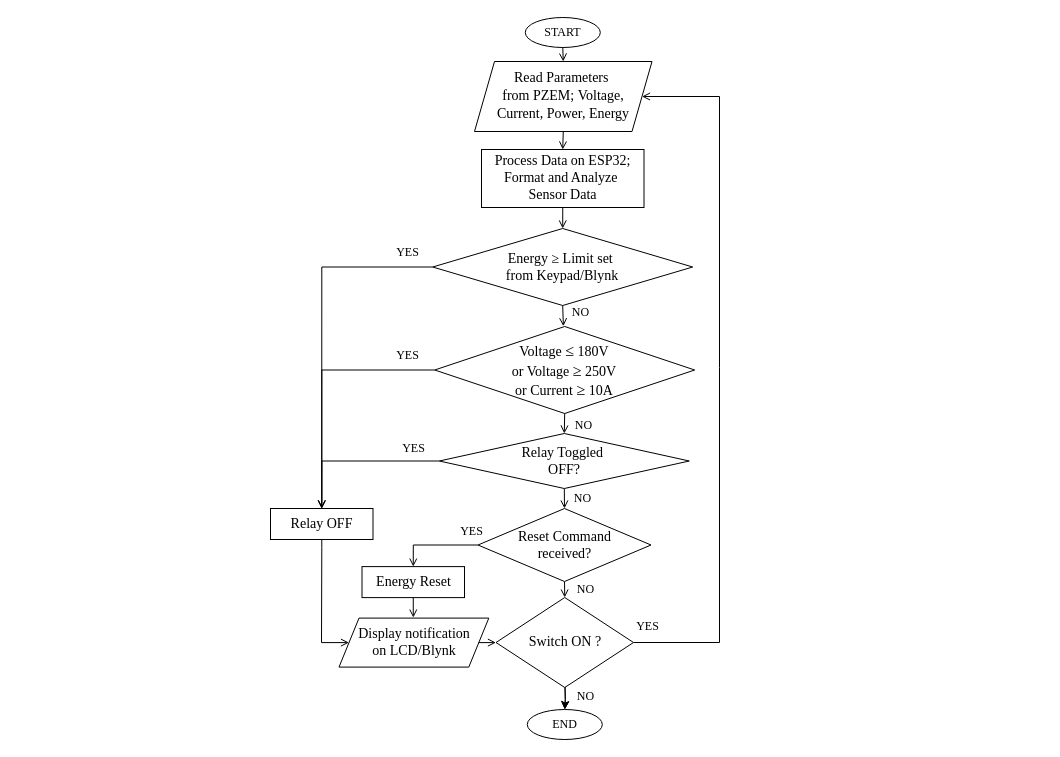
Adeolu-Aremu/AIoT-Energy-Meter keeps this draw.io diagram as Control Flowchart.drawio. Above is the earlier version. Source tidied: cells renumbered, new cells numbered last; positions are measured from the earlier drawing's top-left corner, leaving out a move shared by most shapes. Both pictures are drawn from the tidied source at 100%, with x=0, y=0 at pixel (270, 17).
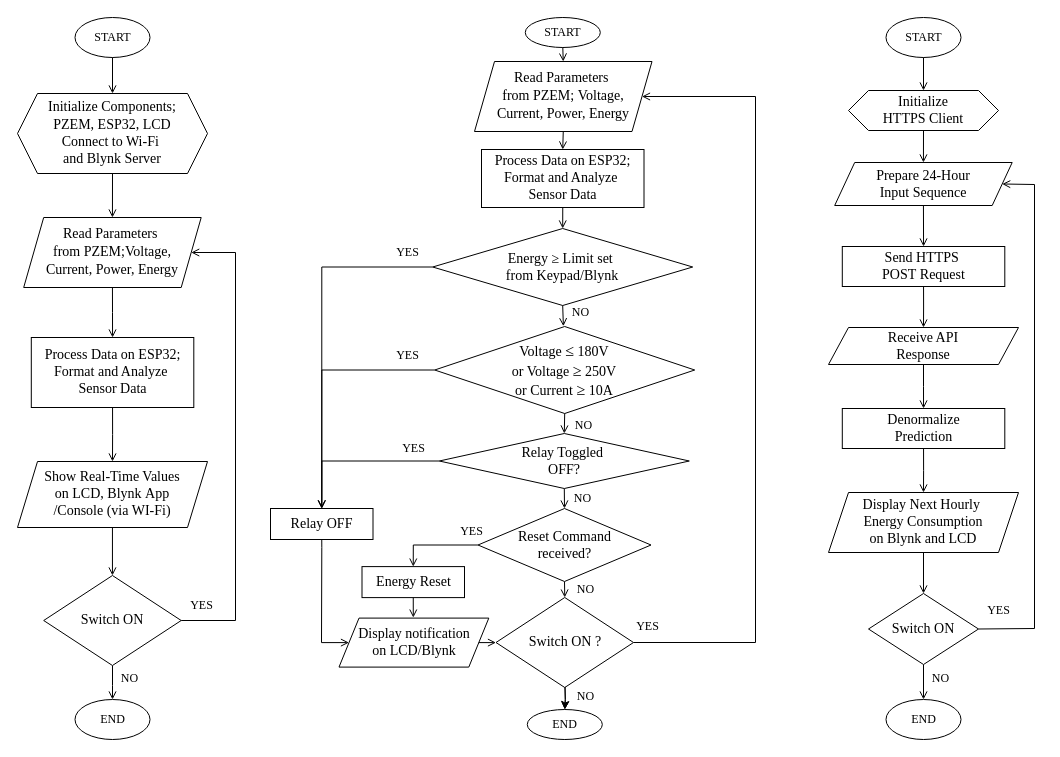
After the change.

The change refers to these unchanged cells:
```xml
<mxCell id="3" value="&lt;div style=&quot;text-wrap-mode: nowrap;&quot;&gt;&lt;font style=&quot;font-size: 14px;&quot; face=&quot;Times New Roman&quot;&gt;Read Parameters&amp;nbsp;&lt;/font&gt;&lt;/div&gt;&lt;div style=&quot;text-wrap-mode: nowrap;&quot;&gt;&lt;font style=&quot;font-size: 14px;&quot;&gt;&lt;font face=&quot;Times New Roman&quot;&gt;from PZEM;&amp;nbsp;&lt;/font&gt;&lt;span style=&quot;font-family: &amp;quot;Times New Roman&amp;quot;; background-color: transparent; color: light-dark(rgb(0, 0, 0), rgb(255, 255, 255));&quot;&gt;Voltage,&lt;/span&gt;&lt;/font&gt;&lt;/div&gt;&lt;div style=&quot;text-wrap-mode: nowrap;&quot;&gt;&lt;font style=&quot;font-size: 14px;&quot;&gt;&lt;span style=&quot;font-family: &amp;quot;Times New Roman&amp;quot;; background-color: transparent; color: light-dark(rgb(0, 0, 0), rgb(255, 255, 255));&quot;&gt;Current,&amp;nbsp;&lt;/span&gt;&lt;span style=&quot;font-family: &amp;quot;Times New Roman&amp;quot;; background-color: transparent; color: light-dark(rgb(0, 0, 0), rgb(255, 255, 255));&quot;&gt;Power,&amp;nbsp;&lt;/span&gt;&lt;span style=&quot;font-family: &amp;quot;Times New Roman&amp;quot;; background-color: transparent; color: light-dark(rgb(0, 0, 0), rgb(255, 255, 255));&quot;&gt;Energy&lt;/span&gt;&lt;/font&gt;&lt;/div&gt;" style="shape=parallelogram;perimeter=parallelogramPerimeter;whiteSpace=wrap;html=1;fixedSize=1;" parent="1" vertex="1">
  <mxGeometry x="204" y="44" width="177.5" height="70" as="geometry" />
</mxCell>
<mxCell id="9" value="&lt;font style=&quot;font-size: 14px;&quot; face=&quot;Times New Roman&quot;&gt;Switch ON ?&lt;/font&gt;" style="strokeWidth=1;html=1;shape=mxgraph.flowchart.decision;whiteSpace=wrap;" parent="1" vertex="1">
  <mxGeometry x="225.5" y="580" width="137.5" height="90" as="geometry" />
</mxCell>
```

Change to the diagram source:
```diff
@@
     <mxCell id="6" style="endArrow=open;html=1;rounded=0;exitX=1;exitY=0.5;exitDx=0;exitDy=0;entryX=1;entryY=0.5;entryDx=0;entryDy=0;endFill=0;exitPerimeter=0;" parent="1" edge="1" source="9" target="3">
       <mxGeometry relative="1" as="geometry">
         <Array as="points">
-          <mxPoint x="449" y="625" />
-          <mxPoint x="449" y="350" />
-          <mxPoint x="449" y="79" />
+          <mxPoint x="485" y="625" />
+          <mxPoint x="485" y="79" />
         </Array>
       </mxGeometry>
     </mxCell>
@@
+    <mxCell id="41" value="&lt;font face=&quot;Times New Roman&quot;&gt;START&lt;/font&gt;" style="ellipse;whiteSpace=wrap;html=1;" parent="1" vertex="1">
+      <mxGeometry x="-195.5" width="75" height="40" as="geometry" />
+    </mxCell>
+    <mxCell id="42" value="&lt;div style=&quot;text-wrap-mode: nowrap;&quot;&gt;&lt;font style=&quot;font-size: 14px;&quot; face=&quot;Times New Roman&quot;&gt;Read Parameters&amp;nbsp;&lt;/font&gt;&lt;/div&gt;&lt;div style=&quot;text-wrap-mode: nowrap;&quot;&gt;&lt;font style=&quot;font-size: 14px;&quot;&gt;&lt;font face=&quot;Times New Roman&quot;&gt;from PZEM;&lt;/font&gt;&lt;span style=&quot;font-family: &amp;quot;Times New Roman&amp;quot;; background-color: transparent; color: light-dark(rgb(0, 0, 0), rgb(255, 255, 255));&quot;&gt;Voltage,&lt;/span&gt;&lt;/font&gt;&lt;/div&gt;&lt;div style=&quot;text-wrap-mode: nowrap;&quot;&gt;&lt;font style=&quot;font-size: 14px;&quot;&gt;&lt;span style=&quot;font-family: &amp;quot;Times New Roman&amp;quot;; background-color: transparent; color: light-dark(rgb(0, 0, 0), rgb(255, 255, 255));&quot;&gt;Current,&amp;nbsp;&lt;/span&gt;&lt;span style=&quot;font-family: &amp;quot;Times New Roman&amp;quot;; background-color: transparent; color: light-dark(rgb(0, 0, 0), rgb(255, 255, 255));&quot;&gt;Power,&amp;nbsp;&lt;/span&gt;&lt;span style=&quot;font-family: &amp;quot;Times New Roman&amp;quot;; background-color: transparent; color: light-dark(rgb(0, 0, 0), rgb(255, 255, 255));&quot;&gt;Energy&lt;/span&gt;&lt;/font&gt;&lt;/div&gt;" style="shape=parallelogram;perimeter=parallelogramPerimeter;whiteSpace=wrap;html=1;fixedSize=1;" parent="1" vertex="1">
+      <mxGeometry x="-246.8" y="200" width="177.5" height="70" as="geometry" />
+    </mxCell>
+    <mxCell id="43" style="edgeStyle=orthogonalEdgeStyle;rounded=0;jettySize=auto;html=1;endArrow=open;endFill=0;entryX=0.5;entryY=0;entryDx=0;entryDy=0;entryPerimeter=0;" parent="1" edge="1" source="44" target="48">
+      <mxGeometry relative="1" as="geometry" />
+    </mxCell>
+    <mxCell id="44" value="&lt;div style=&quot;text-wrap-mode: nowrap;&quot;&gt;&lt;span style=&quot;background-color: transparent; color: light-dark(rgb(0, 0, 0), rgb(255, 255, 255));&quot;&gt;&lt;font style=&quot;font-size: 14px;&quot; face=&quot;Times New Roman&quot;&gt;Show Real-Time Values&lt;/font&gt;&lt;/span&gt;&lt;/div&gt;&lt;div style=&quot;text-wrap-mode: nowrap;&quot;&gt;&lt;font style=&quot;font-size: 14px; background-color: transparent; color: light-dark(rgb(0, 0, 0), rgb(255, 255, 255));&quot; face=&quot;Times New Roman&quot;&gt;&amp;nbsp;on LCD,&lt;/font&gt;&lt;span style=&quot;font-size: 14px; background-color: transparent; color: light-dark(rgb(0, 0, 0), rgb(255, 255, 255)); font-family: &amp;quot;Times New Roman&amp;quot;;&quot;&gt;&amp;nbsp;Blynk&amp;nbsp;&lt;/span&gt;&lt;span style=&quot;font-size: 14px; font-family: &amp;quot;Times New Roman&amp;quot;; background-color: transparent; color: light-dark(rgb(0, 0, 0), rgb(255, 255, 255));&quot;&gt;App&amp;nbsp;&lt;/span&gt;&lt;/div&gt;&lt;div style=&quot;text-wrap-mode: nowrap;&quot;&gt;&lt;span style=&quot;font-size: 14px; font-family: &amp;quot;Times New Roman&amp;quot;; background-color: transparent; color: light-dark(rgb(0, 0, 0), rgb(255, 255, 255));&quot;&gt;/Console (via WI-Fi)&lt;/span&gt;&lt;/div&gt;" style="shape=parallelogram;perimeter=parallelogramPerimeter;whiteSpace=wrap;html=1;fixedSize=1;" parent="1" vertex="1">
+      <mxGeometry x="-253" y="444" width="190" height="66" as="geometry" />
+    </mxCell>
+    <mxCell id="45" value="&lt;font face=&quot;Times New Roman&quot;&gt;END&lt;/font&gt;" style="ellipse;whiteSpace=wrap;html=1;" parent="1" vertex="1">
+      <mxGeometry x="-195.5" y="682" width="75" height="40" as="geometry" />
+    </mxCell>
+    <mxCell id="46" style="endArrow=open;html=1;rounded=0;exitX=1;exitY=0.5;exitDx=0;exitDy=0;entryX=1;entryY=0.5;entryDx=0;entryDy=0;endFill=0;exitPerimeter=0;" parent="1" edge="1" source="48" target="42">
+      <mxGeometry relative="1" as="geometry">
+        <Array as="points">
+          <mxPoint x="-35" y="603" />
+          <mxPoint x="-35" y="235" />
+        </Array>
+      </mxGeometry>
+    </mxCell>
+    <mxCell id="47" style="edgeStyle=orthogonalEdgeStyle;rounded=0;jettySize=auto;html=1;endArrow=open;endFill=0;" parent="1" edge="1" source="48" target="45">
+      <mxGeometry relative="1" as="geometry" />
+    </mxCell>
+    <mxCell id="48" value="&lt;font style=&quot;font-size: 14px;&quot; face=&quot;Times New Roman&quot;&gt;Switch ON&lt;/font&gt;" style="strokeWidth=1;html=1;shape=mxgraph.flowchart.decision;whiteSpace=wrap;" parent="1" vertex="1">
+      <mxGeometry x="-226.8" y="558" width="137.5" height="90" as="geometry" />
+    </mxCell>
+    <mxCell id="49" value="&lt;h6&gt;&lt;span style=&quot;color: light-dark(rgb(0, 0, 0), rgb(255, 255, 255)); font-weight: normal;&quot;&gt;&lt;font style=&quot;font-size: 12px;&quot; face=&quot;Times New Roman&quot;&gt;NO&lt;/font&gt;&lt;/span&gt;&lt;/h6&gt;&lt;div&gt;&lt;/div&gt;" style="text;html=1;align=center;verticalAlign=middle;strokeColor=none;fillColor=none;" parent="1" vertex="1">
+      <mxGeometry x="-161.5" y="626" width="40" height="70" as="geometry" />
+    </mxCell>
+    <mxCell id="50" value="&lt;div style=&quot;text-wrap-mode: nowrap;&quot;&gt;&lt;font style=&quot;font-size: 14px;&quot; face=&quot;Times New Roman&quot;&gt;Process Data on ESP32;&lt;/font&gt;&lt;/div&gt;&lt;div style=&quot;text-wrap-mode: nowrap;&quot;&gt;&lt;font style=&quot;font-size: 14px;&quot; face=&quot;Times New Roman&quot;&gt;Format and Analyze&amp;nbsp;&lt;/font&gt;&lt;/div&gt;&lt;div style=&quot;text-wrap-mode: nowrap;&quot;&gt;&lt;font style=&quot;font-size: 14px;&quot; face=&quot;Times New Roman&quot;&gt;Sensor Data&lt;/font&gt;&lt;/div&gt;" style="rounded=0;whiteSpace=wrap;html=1;" parent="1" vertex="1">
+      <mxGeometry x="-239.2" y="320" width="162.5" height="70" as="geometry" />
+    </mxCell>
+    <mxCell id="51" style="edgeStyle=orthogonalEdgeStyle;rounded=0;jettySize=auto;html=1;endArrow=open;endFill=0;exitX=0.5;exitY=1;exitDx=0;exitDy=0;entryX=0.5;entryY=0;entryDx=0;entryDy=0;" parent="1" edge="1" source="50" target="44">
+      <mxGeometry relative="1" as="geometry" />
+    </mxCell>
+    <mxCell id="52" value="&lt;h6&gt;&lt;span style=&quot;color: light-dark(rgb(0, 0, 0), rgb(255, 255, 255)); font-weight: normal;&quot;&gt;&lt;font style=&quot;font-size: 12px;&quot; face=&quot;Times New Roman&quot;&gt;YES&lt;/font&gt;&lt;/span&gt;&lt;/h6&gt;&lt;div&gt;&lt;/div&gt;" style="text;html=1;align=center;verticalAlign=middle;strokeColor=none;fillColor=none;" parent="1" vertex="1">
+      <mxGeometry x="-94.5" y="553" width="50" height="70" as="geometry" />
+    </mxCell>
+    <mxCell id="53" style="edgeStyle=orthogonalEdgeStyle;rounded=0;jettySize=auto;html=1;endArrow=open;endFill=0;exitX=0.5;exitY=1;exitDx=0;exitDy=0;entryX=0.5;entryY=0;entryDx=0;entryDy=0;" parent="1" edge="1" source="42" target="50">
+      <mxGeometry relative="1" as="geometry" />
+    </mxCell>
+    <mxCell id="54" style="edgeStyle=orthogonalEdgeStyle;rounded=0;jettySize=auto;html=1;endArrow=open;endFill=0;exitX=0.5;exitY=1;exitDx=0;exitDy=0;entryX=0.5;entryY=0;entryDx=0;entryDy=0;" parent="1" edge="1" source="55" target="42">
+      <mxGeometry relative="1" as="geometry" />
+    </mxCell>
+    <mxCell id="55" value="&lt;span style=&quot;color: light-dark(rgb(0, 0, 0), rgb(255, 255, 255)); text-wrap-mode: nowrap; background-color: transparent;&quot;&gt;&lt;font style=&quot;font-size: 14px;&quot; face=&quot;Times New Roman&quot;&gt;Initialize Components;&lt;/font&gt;&lt;/span&gt;&lt;div style=&quot;text-wrap-mode: nowrap;&quot;&gt;&lt;font style=&quot;font-size: 14px;&quot;&gt;&lt;font face=&quot;Times New Roman&quot;&gt;PZEM,&amp;nbsp;&lt;/font&gt;&lt;span style=&quot;font-family: &amp;quot;Times New Roman&amp;quot;; background-color: transparent; color: light-dark(rgb(0, 0, 0), rgb(255, 255, 255));&quot;&gt;ESP32,&amp;nbsp;&lt;/span&gt;&lt;span style=&quot;font-family: &amp;quot;Times New Roman&amp;quot;; background-color: transparent; color: light-dark(rgb(0, 0, 0), rgb(255, 255, 255));&quot;&gt;LCD&lt;/span&gt;&lt;/font&gt;&lt;/div&gt;&lt;div style=&quot;text-wrap-mode: nowrap;&quot;&gt;&lt;font style=&quot;font-size: 14px;&quot; face=&quot;Times New Roman&quot;&gt;Connect to Wi-Fi&amp;nbsp;&lt;/font&gt;&lt;/div&gt;&lt;div style=&quot;text-wrap-mode: nowrap;&quot;&gt;&lt;font style=&quot;font-size: 14px;&quot;&gt;&lt;font style=&quot;&quot; face=&quot;Times New Roman&quot;&gt;and&amp;nbsp;&lt;/font&gt;&lt;span style=&quot;font-family: &amp;quot;Times New Roman&amp;quot;; background-color: transparent; color: light-dark(rgb(0, 0, 0), rgb(255, 255, 255));&quot;&gt;Blynk Server&lt;/span&gt;&lt;/font&gt;&lt;/div&gt;" style="shape=hexagon;perimeter=hexagonPerimeter2;whiteSpace=wrap;html=1;fixedSize=1;" parent="1" vertex="1">
+      <mxGeometry x="-253" y="76" width="190" height="80" as="geometry" />
+    </mxCell>
+    <mxCell id="56" style="edgeStyle=orthogonalEdgeStyle;rounded=0;jettySize=auto;html=1;endArrow=open;endFill=0;exitX=0.5;exitY=1;exitDx=0;exitDy=0;entryX=0.5;entryY=0;entryDx=0;entryDy=0;" parent="1" edge="1" source="41" target="55">
+      <mxGeometry relative="1" as="geometry" />
+    </mxCell>
+    <mxCell id="57" value="&lt;font face=&quot;Times New Roman&quot;&gt;START&lt;/font&gt;" style="ellipse;whiteSpace=wrap;html=1;" parent="1" vertex="1">
+      <mxGeometry x="615.5" width="75" height="40" as="geometry" />
+    </mxCell>
+    <mxCell id="58" value="&lt;div style=&quot;&quot;&gt;&lt;font style=&quot;font-size: 14px;&quot; face=&quot;Times New Roman&quot;&gt;&lt;span style=&quot;text-wrap-mode: nowrap;&quot;&gt;P&lt;/span&gt;repare 24-Hour Input&amp;nbsp;&lt;/font&gt;&lt;span style=&quot;font-size: 14px; font-family: &amp;quot;Times New Roman&amp;quot;; background-color: transparent; color: light-dark(rgb(0, 0, 0), rgb(255, 255, 255));&quot;&gt;Sequence&lt;/span&gt;&lt;/div&gt;" style="shape=parallelogram;perimeter=parallelogramPerimeter;whiteSpace=wrap;html=1;fixedSize=1;" parent="1" vertex="1">
+      <mxGeometry x="564.2" y="145" width="177.5" height="43" as="geometry" />
+    </mxCell>
+    <mxCell id="59" value="&lt;div style=&quot;text-wrap-mode: nowrap;&quot;&gt;&lt;span style=&quot;background-color: transparent; color: light-dark(rgb(0, 0, 0), rgb(255, 255, 255)); font-family: &amp;quot;Times New Roman&amp;quot;; font-size: 14px;&quot;&gt;Receive API&lt;/span&gt;&lt;/div&gt;&lt;div style=&quot;text-wrap-mode: nowrap;&quot;&gt;&lt;span style=&quot;background-color: transparent; color: light-dark(rgb(0, 0, 0), rgb(255, 255, 255)); font-family: &amp;quot;Times New Roman&amp;quot;; font-size: 14px;&quot;&gt;Response&lt;/span&gt;&lt;/div&gt;" style="shape=parallelogram;perimeter=parallelogramPerimeter;whiteSpace=wrap;html=1;fixedSize=1;" parent="1" vertex="1">
+      <mxGeometry x="558" y="310" width="190" height="37" as="geometry" />
+    </mxCell>
+    <mxCell id="60" value="&lt;font face=&quot;Times New Roman&quot;&gt;END&lt;/font&gt;" style="ellipse;whiteSpace=wrap;html=1;" parent="1" vertex="1">
+      <mxGeometry x="615.5" y="682" width="75" height="40" as="geometry" />
+    </mxCell>
+    <mxCell id="61" style="endArrow=open;html=1;rounded=0;exitX=1;exitY=0.5;exitDx=0;exitDy=0;entryX=1;entryY=0.5;entryDx=0;entryDy=0;endFill=0;exitPerimeter=0;" parent="1" edge="1" source="63" target="58">
+      <mxGeometry relative="1" as="geometry">
+        <Array as="points">
+          <mxPoint x="764" y="611" />
+          <mxPoint x="764" y="167" />
+        </Array>
+      </mxGeometry>
+    </mxCell>
+    <mxCell id="62" style="edgeStyle=orthogonalEdgeStyle;rounded=0;jettySize=auto;html=1;endArrow=open;endFill=0;" parent="1" edge="1" source="63" target="60">
+      <mxGeometry relative="1" as="geometry" />
+    </mxCell>
+    <mxCell id="63" value="&lt;font style=&quot;font-size: 14px;&quot; face=&quot;Times New Roman&quot;&gt;Switch ON&lt;/font&gt;" style="strokeWidth=1;html=1;shape=mxgraph.flowchart.decision;whiteSpace=wrap;" parent="1" vertex="1">
+      <mxGeometry x="598" y="576" width="110" height="71" as="geometry" />
+    </mxCell>
+    <mxCell id="64" value="&lt;h6&gt;&lt;span style=&quot;color: light-dark(rgb(0, 0, 0), rgb(255, 255, 255)); font-weight: normal;&quot;&gt;&lt;font style=&quot;font-size: 12px;&quot; face=&quot;Times New Roman&quot;&gt;NO&lt;/font&gt;&lt;/span&gt;&lt;/h6&gt;&lt;div&gt;&lt;/div&gt;" style="text;html=1;align=center;verticalAlign=middle;strokeColor=none;fillColor=none;" parent="1" vertex="1">
+      <mxGeometry x="649.5" y="626" width="40" height="70" as="geometry" />
+    </mxCell>
+    <mxCell id="65" value="&lt;div style=&quot;text-wrap-mode: nowrap;&quot;&gt;&lt;span style=&quot;font-size: 14px; font-family: &amp;quot;Times New Roman&amp;quot;; background-color: transparent; color: light-dark(rgb(0, 0, 0), rgb(255, 255, 255));&quot;&gt;Send HTTPS&amp;nbsp;&lt;/span&gt;&lt;/div&gt;&lt;div style=&quot;text-wrap-mode: nowrap;&quot;&gt;&lt;span style=&quot;font-size: 14px; font-family: &amp;quot;Times New Roman&amp;quot;; background-color: transparent; color: light-dark(rgb(0, 0, 0), rgb(255, 255, 255));&quot;&gt;POST&amp;nbsp;&lt;/span&gt;&lt;span style=&quot;background-color: transparent; color: light-dark(rgb(0, 0, 0), rgb(255, 255, 255)); font-family: &amp;quot;Times New Roman&amp;quot;; font-size: 14px;&quot;&gt;Request&lt;/span&gt;&lt;/div&gt;" style="rounded=0;whiteSpace=wrap;html=1;" parent="1" vertex="1">
+      <mxGeometry x="571.8" y="229" width="162.5" height="40" as="geometry" />
+    </mxCell>
+    <mxCell id="66" style="edgeStyle=orthogonalEdgeStyle;rounded=0;jettySize=auto;html=1;endArrow=open;endFill=0;exitX=0.5;exitY=1;exitDx=0;exitDy=0;entryX=0.5;entryY=0;entryDx=0;entryDy=0;" parent="1" edge="1" source="65" target="59">
+      <mxGeometry relative="1" as="geometry" />
+    </mxCell>
+    <mxCell id="67" value="&lt;h6&gt;&lt;span style=&quot;color: light-dark(rgb(0, 0, 0), rgb(255, 255, 255)); font-weight: normal;&quot;&gt;&lt;font style=&quot;font-size: 12px;&quot; face=&quot;Times New Roman&quot;&gt;YES&lt;/font&gt;&lt;/span&gt;&lt;/h6&gt;&lt;div&gt;&lt;/div&gt;" style="text;html=1;align=center;verticalAlign=middle;strokeColor=none;fillColor=none;" parent="1" vertex="1">
+      <mxGeometry x="703" y="558" width="50" height="70" as="geometry" />
+    </mxCell>
+    <mxCell id="68" style="edgeStyle=orthogonalEdgeStyle;rounded=0;jettySize=auto;html=1;endArrow=open;endFill=0;exitX=0.5;exitY=1;exitDx=0;exitDy=0;entryX=0.5;entryY=0;entryDx=0;entryDy=0;" parent="1" edge="1" source="69" target="58">
+      <mxGeometry relative="1" as="geometry" />
+    </mxCell>
+    <mxCell id="69" value="&lt;span style=&quot;color: light-dark(rgb(0, 0, 0), rgb(255, 255, 255)); text-wrap-mode: nowrap; background-color: transparent;&quot;&gt;&lt;font style=&quot;font-size: 14px;&quot; face=&quot;Times New Roman&quot;&gt;Initialize&lt;/font&gt;&lt;/span&gt;&lt;div&gt;&lt;span style=&quot;color: light-dark(rgb(0, 0, 0), rgb(255, 255, 255)); text-wrap-mode: nowrap; background-color: transparent;&quot;&gt;&lt;font style=&quot;font-size: 14px;&quot; face=&quot;Times New Roman&quot;&gt;HTTPS&amp;nbsp;&lt;/font&gt;&lt;/span&gt;&lt;span style=&quot;font-size: 14px; font-family: &amp;quot;Times New Roman&amp;quot;; background-color: transparent; color: light-dark(rgb(0, 0, 0), rgb(255, 255, 255)); text-wrap-mode: nowrap;&quot;&gt;Client&lt;/span&gt;&lt;/div&gt;" style="shape=hexagon;perimeter=hexagonPerimeter2;whiteSpace=wrap;html=1;fixedSize=1;" parent="1" vertex="1">
+      <mxGeometry x="578" y="73" width="150" height="40" as="geometry" />
+    </mxCell>
+    <mxCell id="70" style="edgeStyle=orthogonalEdgeStyle;rounded=0;jettySize=auto;html=1;endArrow=open;endFill=0;exitX=0.5;exitY=1;exitDx=0;exitDy=0;entryX=0.5;entryY=0;entryDx=0;entryDy=0;" parent="1" edge="1" source="57" target="69">
+      <mxGeometry relative="1" as="geometry" />
+    </mxCell>
+    <mxCell id="71" value="&lt;div style=&quot;text-wrap-mode: nowrap;&quot;&gt;&lt;font face=&quot;Times New Roman&quot;&gt;&lt;span style=&quot;font-size: 14px;&quot;&gt;Denormalize&lt;/span&gt;&lt;/font&gt;&lt;/div&gt;&lt;div style=&quot;text-wrap-mode: nowrap;&quot;&gt;&lt;font face=&quot;Times New Roman&quot;&gt;&lt;span style=&quot;font-size: 14px;&quot;&gt;Prediction&lt;/span&gt;&lt;/font&gt;&lt;/div&gt;" style="rounded=0;whiteSpace=wrap;html=1;" parent="1" vertex="1">
+      <mxGeometry x="571.8" y="391" width="162.5" height="40" as="geometry" />
+    </mxCell>
+    <mxCell id="72" style="edgeStyle=orthogonalEdgeStyle;rounded=0;jettySize=auto;html=1;endArrow=open;endFill=0;exitX=0.5;exitY=1;exitDx=0;exitDy=0;entryX=0.5;entryY=0;entryDx=0;entryDy=0;" parent="1" edge="1" source="58" target="65">
+      <mxGeometry relative="1" as="geometry" />
+    </mxCell>
+    <mxCell id="73" value="&lt;div style=&quot;text-wrap-mode: nowrap;&quot;&gt;&lt;font face=&quot;Times New Roman&quot;&gt;&lt;span style=&quot;font-size: 14px;&quot;&gt;Display Next&amp;nbsp;&lt;/span&gt;&lt;/font&gt;&lt;span style=&quot;font-size: 14px; font-family: &amp;quot;Times New Roman&amp;quot;; background-color: transparent; color: light-dark(rgb(0, 0, 0), rgb(255, 255, 255));&quot;&gt;Hourly&amp;nbsp;&lt;/span&gt;&lt;/div&gt;&lt;div style=&quot;text-wrap-mode: nowrap;&quot;&gt;&lt;span style=&quot;font-size: 14px; font-family: &amp;quot;Times New Roman&amp;quot;; background-color: transparent; color: light-dark(rgb(0, 0, 0), rgb(255, 255, 255));&quot;&gt;Energy Consumption&lt;/span&gt;&lt;/div&gt;&lt;div style=&quot;text-wrap-mode: nowrap;&quot;&gt;&lt;font face=&quot;Times New Roman&quot;&gt;&lt;span style=&quot;font-size: 14px;&quot;&gt;on Blynk and LCD&lt;/span&gt;&lt;/font&gt;&lt;/div&gt;" style="shape=parallelogram;perimeter=parallelogramPerimeter;whiteSpace=wrap;html=1;fixedSize=1;" parent="1" vertex="1">
+      <mxGeometry x="558" y="475" width="190" height="60" as="geometry" />
+    </mxCell>
+    <mxCell id="74" style="edgeStyle=orthogonalEdgeStyle;rounded=0;jettySize=auto;html=1;endArrow=open;endFill=0;exitX=0.5;exitY=1;exitDx=0;exitDy=0;entryX=0.5;entryY=0;entryDx=0;entryDy=0;" parent="1" edge="1" source="59" target="71">
+      <mxGeometry relative="1" as="geometry" />
+    </mxCell>
+    <mxCell id="75" style="edgeStyle=orthogonalEdgeStyle;rounded=0;jettySize=auto;html=1;endArrow=open;endFill=0;exitX=0.5;exitY=1;exitDx=0;exitDy=0;entryX=0.5;entryY=0;entryDx=0;entryDy=0;" parent="1" edge="1" source="71" target="73">
+      <mxGeometry relative="1" as="geometry" />
+    </mxCell>
+    <mxCell id="76" style="edgeStyle=orthogonalEdgeStyle;rounded=0;jettySize=auto;html=1;endArrow=open;endFill=0;exitX=0.5;exitY=1;exitDx=0;exitDy=0;entryX=0.5;entryY=0;entryDx=0;entryDy=0;entryPerimeter=0;" parent="1" edge="1" source="73" target="63">
+      <mxGeometry relative="1" as="geometry" />
+    </mxCell>
```
